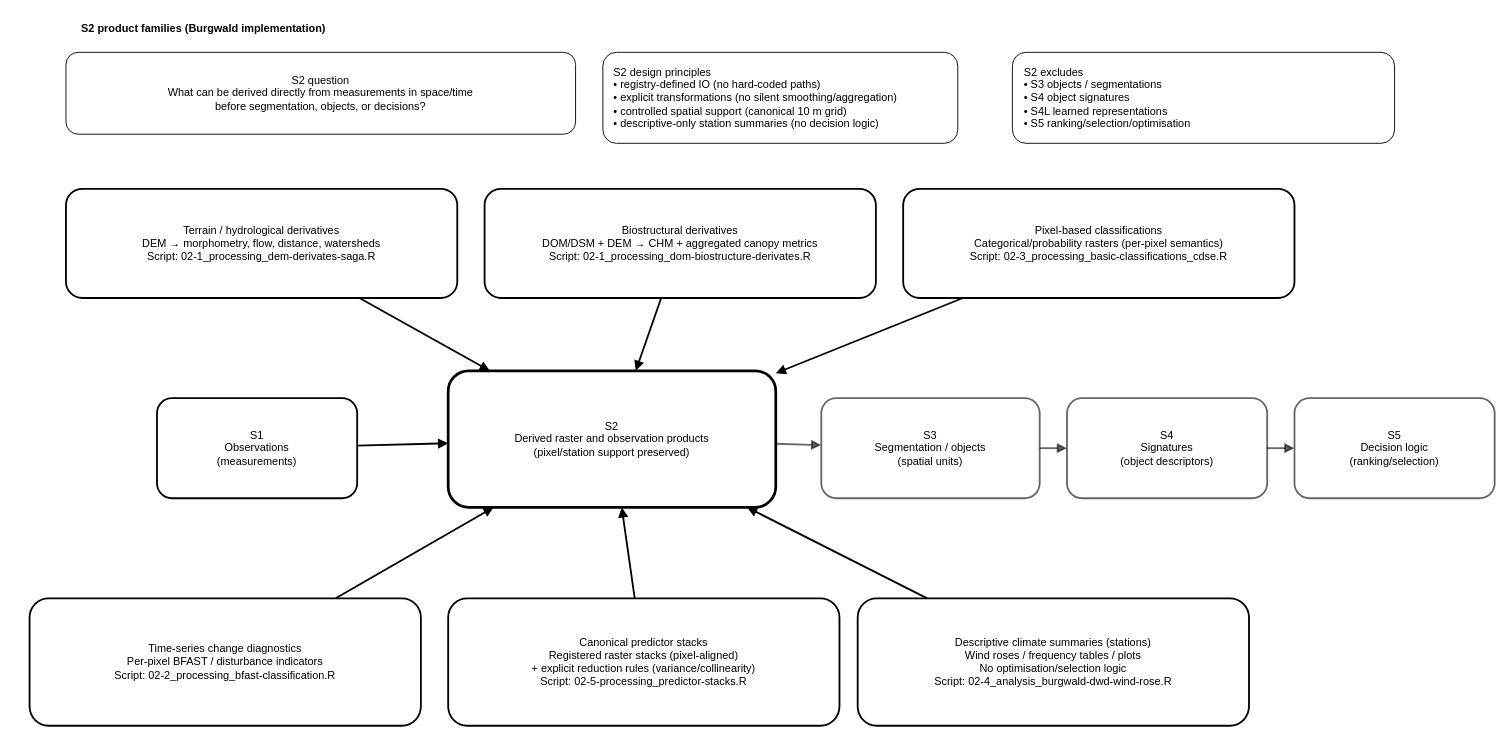
gisma-courses/LV-19-d19-006-25 keeps this draw.io diagram as images/s2.drawio. Above is the earlier version. Source tidied: cells renumbered, new cells numbered last; positions are measured from the earlier drawing's top-left corner, leaving out a move shared by most shapes. Both pictures are drawn from the tidied source at 91%, with x=0, y=0 at pixel (29, 15).
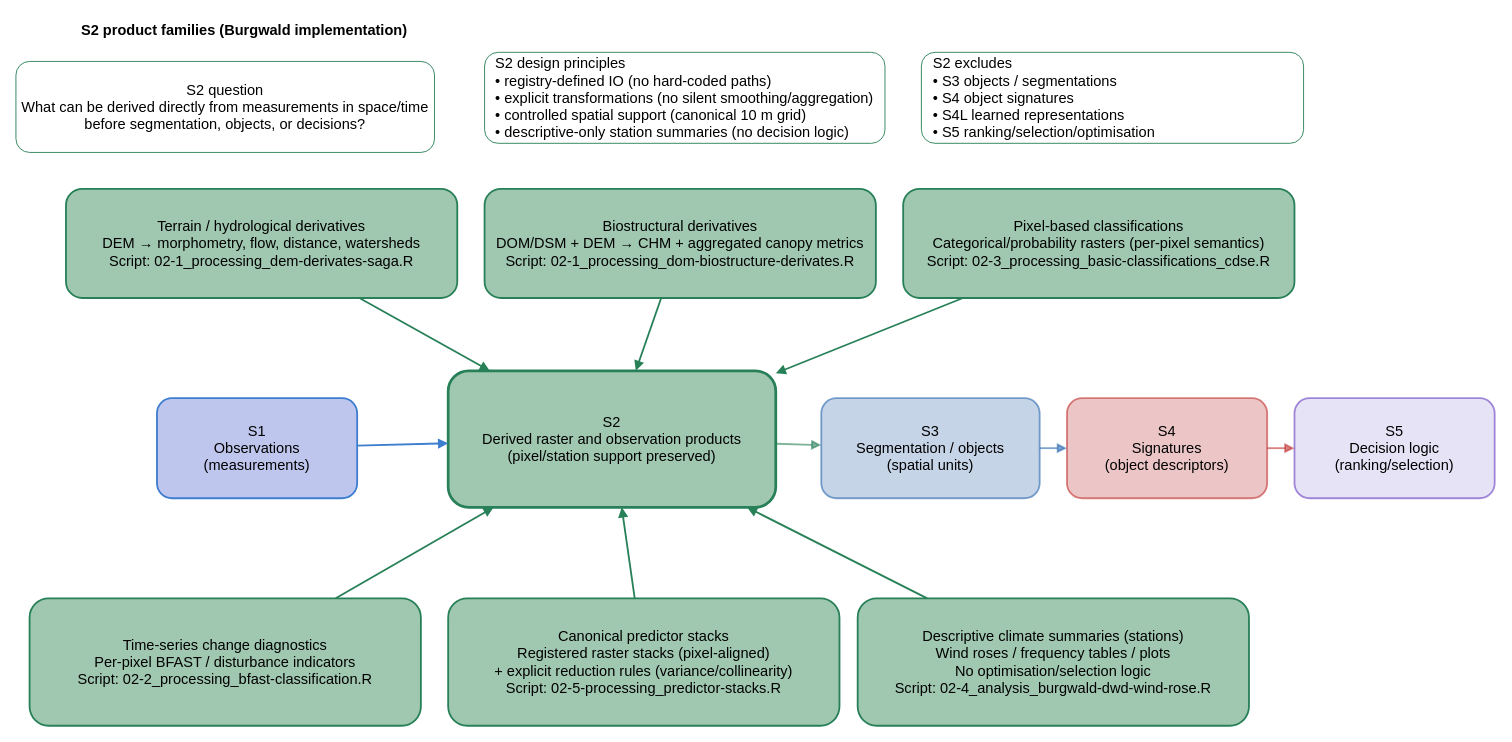
Above is the later version.

What changed in the source:
```diff
@@
-    <mxCell id="2" value="S1&#10;Observations&#10;(measurements)" style="rounded=1;whiteSpace=wrap;html=1;strokeWidth=2;" parent="1" vertex="1">
+    <mxCell id="2" value="S1&#10;Observations&#10;(measurements)" style="rounded=1;whiteSpace=wrap;html=1;strokeWidth=2;fillColor=#BFC6EE;strokeColor=#3D7ECF;fontSize=16;" parent="1" vertex="1">
       <mxGeometry x="140" y="420" width="220" height="110" as="geometry" />
     </mxCell>
-    <mxCell id="3" value="S2&#10;Derived raster and observation products&#10;(pixel/station support preserved)" style="rounded=1;whiteSpace=wrap;html=1;strokeWidth=3;" parent="1" vertex="1">
+    <mxCell id="3" value="S2&#10;Derived raster and observation products&#10;(pixel/station support preserved)" style="rounded=1;whiteSpace=wrap;html=1;strokeWidth=3;fillColor=#A0C8B0;strokeColor=#288058;fontSize=16;" parent="1" vertex="1">
       <mxGeometry x="460" y="390" width="360" height="150" as="geometry" />
     </mxCell>
-    <mxCell id="4" value="S3&#10;Segmentation / objects&#10;(spatial units)" style="rounded=1;whiteSpace=wrap;html=1;strokeWidth=2;opacity=60;" parent="1" vertex="1">
+    <mxCell id="4" value="S3&#10;Segmentation / objects&#10;(spatial units)" style="rounded=1;whiteSpace=wrap;html=1;strokeWidth=2;opacity=60;fillColor=#A0B8D8;strokeColor=#2868B0;fontSize=16;" parent="1" vertex="1">
       <mxGeometry x="870" y="420" width="240" height="110" as="geometry" />
     </mxCell>
-    <mxCell id="5" value="S4&#10;Signatures&#10;(object descriptors)" style="rounded=1;whiteSpace=wrap;html=1;strokeWidth=2;opacity=60;" parent="1" vertex="1">
+    <mxCell id="5" value="S4&#10;Signatures&#10;(object descriptors)" style="rounded=1;whiteSpace=wrap;html=1;strokeWidth=2;opacity=60;fillColor=#E0A0A0;strokeColor=#C03030;fontSize=16;" parent="1" vertex="1">
       <mxGeometry x="1140" y="420" width="220" height="110" as="geometry" />
     </mxCell>
-    <mxCell id="6" value="S5&#10;Decision logic&#10;(ranking/selection)" style="rounded=1;whiteSpace=wrap;html=1;strokeWidth=2;opacity=60;" parent="1" vertex="1">
+    <mxCell id="6" value="S5&#10;Decision logic&#10;(ranking/selection)" style="rounded=1;whiteSpace=wrap;html=1;strokeWidth=2;opacity=60;fillColor=#D8D0F0;strokeColor=#6840C0;fontSize=16;" parent="1" vertex="1">
       <mxGeometry x="1390" y="420" width="220" height="110" as="geometry" />
     </mxCell>
-    <mxCell id="7" style="endArrow=block;html=1;strokeWidth=2;" parent="1" edge="1" source="2" target="3">
+    <mxCell id="7" style="endArrow=block;html=1;strokeWidth=2;strokeColor=#3D7ECF;fontSize=16;" parent="1" edge="1" source="2" target="3">
       <mxGeometry relative="1" as="geometry" />
     </mxCell>
-    <mxCell id="8" style="endArrow=block;html=1;strokeWidth=2;opacity=60;" parent="1" edge="1" source="3" target="4">
+    <mxCell id="8" style="endArrow=block;html=1;strokeWidth=2;opacity=60;strokeColor=#288058;fontSize=16;" parent="1" edge="1" source="3" target="4">
       <mxGeometry relative="1" as="geometry" />
     </mxCell>
-    <mxCell id="9" style="endArrow=block;html=1;strokeWidth=2;opacity=60;" parent="1" edge="1" source="4" target="5">
+    <mxCell id="9" style="endArrow=block;html=1;strokeWidth=2;opacity=60;strokeColor=#2868B0;fontSize=16;" parent="1" edge="1" source="4" target="5">
       <mxGeometry relative="1" as="geometry" />
     </mxCell>
-    <mxCell id="10" style="endArrow=block;html=1;strokeWidth=2;opacity=60;" parent="1" edge="1" source="5" target="6">
+    <mxCell id="10" style="endArrow=block;html=1;strokeWidth=2;opacity=60;strokeColor=#C03030;fontSize=16;" parent="1" edge="1" source="5" target="6">
       <mxGeometry relative="1" as="geometry" />
     </mxCell>
-    <mxCell id="11" value="S2 question&#10;What can be derived directly from measurements in space/time&#10;before segmentation, objects, or decisions?" style="rounded=1;whiteSpace=wrap;html=1;strokeWidth=1;" parent="1" vertex="1">
-      <mxGeometry x="40" y="40" width="560" height="90" as="geometry" />
+    <mxCell id="11" value="S2 question&#10;What can be derived directly from measurements in space/time&#10;before segmentation, objects, or decisions?" style="rounded=1;whiteSpace=wrap;html=1;strokeWidth=1;fillColor=#FFFFFF;strokeColor=#288058;fontSize=16;" parent="1" vertex="1">
+      <mxGeometry x="-15" y="50" width="460" height="100" as="geometry" />
     </mxCell>
-    <mxCell id="12" value="S2 excludes&#10;• S3 objects / segmentations&#10;• S4 object signatures&#10;• S4L learned representations&#10;• S5 ranking/selection/optimisation" style="rounded=1;whiteSpace=wrap;html=1;strokeWidth=1;align=left;spacingLeft=11;" parent="1" vertex="1">
-      <mxGeometry x="1080" y="40" width="420" height="100" as="geometry" />
+    <mxCell id="12" value="S2 excludes&#10;• S3 objects / segmentations&#10;• S4 object signatures&#10;• S4L learned representations&#10;• S5 ranking/selection/optimisation" style="rounded=1;whiteSpace=wrap;html=1;strokeWidth=1;align=left;spacingLeft=11;fillColor=#FFFFFF;strokeColor=#288058;fontSize=16;" parent="1" vertex="1">
+      <mxGeometry x="980" y="40" width="420" height="100" as="geometry" />
     </mxCell>
-    <mxCell id="13" value="S2 design principles&#10;• registry-defined IO (no hard-coded paths)&#10;• explicit transformations (no silent smoothing/aggregation)&#10;• controlled spatial support (canonical 10 m grid)&#10;• descriptive-only station summaries (no decision logic)" style="rounded=1;whiteSpace=wrap;html=1;strokeWidth=1;align=left;spacingLeft=10;" parent="1" vertex="1">
-      <mxGeometry x="630" y="40" width="390" height="100" as="geometry" />
+    <mxCell id="13" value="S2 design principles&#10;• registry-defined IO (no hard-coded paths)&#10;• explicit transformations (no silent smoothing/aggregation)&#10;• controlled spatial support (canonical 10 m grid)&#10;• descriptive-only station summaries (no decision logic)" style="rounded=1;whiteSpace=wrap;html=1;strokeWidth=1;align=left;spacingLeft=10;fillColor=#FFFFFF;strokeColor=#288058;fontSize=16;" parent="1" vertex="1">
+      <mxGeometry x="500" y="40" width="440" height="100" as="geometry" />
     </mxCell>
-    <mxCell id="14" value="S2 product families (Burgwald implementation)" style="text;html=1;fontStyle=1;" parent="1" vertex="1">
+    <mxCell id="14" value="S2 product families (Burgwald implementation)" style="text;html=1;fontStyle=1;fontSize=16;" parent="1" vertex="1">
       <mxGeometry x="55" width="600" height="30" as="geometry" />
     </mxCell>
-    <mxCell id="15" value="Terrain / hydrological derivatives&#10;DEM → morphometry, flow, distance, watersheds&#10;Script: 02-1_processing_dem-derivates-saga.R" style="rounded=1;whiteSpace=wrap;html=1;strokeWidth=2;" parent="1" vertex="1">
+    <mxCell id="15" value="Terrain / hydrological derivatives&#10;DEM → morphometry, flow, distance, watersheds&#10;Script: 02-1_processing_dem-derivates-saga.R" style="rounded=1;whiteSpace=wrap;html=1;strokeWidth=2;fillColor=#A0C8B0;strokeColor=#288058;fontSize=16;" parent="1" vertex="1">
       <mxGeometry x="40" y="190" width="430" height="120" as="geometry" />
     </mxCell>
-    <mxCell id="16" value="Biostructural derivatives&#10;DOM/DSM + DEM → CHM + aggregated canopy metrics&#10;Script: 02-1_processing_dom-biostructure-derivates.R" style="rounded=1;whiteSpace=wrap;html=1;strokeWidth=2;" parent="1" vertex="1">
+    <mxCell id="16" value="Biostructural derivatives&#10;DOM/DSM + DEM → CHM + aggregated canopy metrics&#10;Script: 02-1_processing_dom-biostructure-derivates.R" style="rounded=1;whiteSpace=wrap;html=1;strokeWidth=2;fillColor=#A0C8B0;strokeColor=#288058;fontSize=16;" parent="1" vertex="1">
       <mxGeometry x="500" y="190" width="430" height="120" as="geometry" />
     </mxCell>
-    <mxCell id="17" value="Pixel-based classifications&#10;Categorical/probability rasters (per-pixel semantics)&#10;Script: 02-3_processing_basic-classifications_cdse.R" style="rounded=1;whiteSpace=wrap;html=1;strokeWidth=2;" parent="1" vertex="1">
+    <mxCell id="17" value="Pixel-based classifications&#10;Categorical/probability rasters (per-pixel semantics)&#10;Script: 02-3_processing_basic-classifications_cdse.R" style="rounded=1;whiteSpace=wrap;html=1;strokeWidth=2;fillColor=#A0C8B0;strokeColor=#288058;fontSize=16;" parent="1" vertex="1">
       <mxGeometry x="960" y="190" width="430" height="120" as="geometry" />
     </mxCell>
-    <mxCell id="18" value="Time-series change diagnostics&#10;Per-pixel BFAST / disturbance indicators&#10;Script: 02-2_processing_bfast-classification.R" style="rounded=1;whiteSpace=wrap;html=1;strokeWidth=2;" parent="1" vertex="1">
+    <mxCell id="18" value="Time-series change diagnostics&#10;Per-pixel BFAST / disturbance indicators&#10;Script: 02-2_processing_bfast-classification.R" style="rounded=1;whiteSpace=wrap;html=1;strokeWidth=2;fillColor=#A0C8B0;strokeColor=#288058;fontSize=16;" parent="1" vertex="1">
       <mxGeometry y="640" width="430" height="140" as="geometry" />
     </mxCell>
-    <mxCell id="19" value="Canonical predictor stacks&#10;Registered raster stacks (pixel-aligned)&#10;+ explicit reduction rules (variance/collinearity)&#10;Script: 02-5-processing_predictor-stacks.R" style="rounded=1;whiteSpace=wrap;html=1;strokeWidth=2;" parent="1" vertex="1">
+    <mxCell id="19" value="Canonical predictor stacks&#10;Registered raster stacks (pixel-aligned)&#10;+ explicit reduction rules (variance/collinearity)&#10;Script: 02-5-processing_predictor-stacks.R" style="rounded=1;whiteSpace=wrap;html=1;strokeWidth=2;fillColor=#A0C8B0;strokeColor=#288058;fontSize=16;" parent="1" vertex="1">
       <mxGeometry x="460" y="640" width="430" height="140" as="geometry" />
     </mxCell>
-    <mxCell id="20" value="Descriptive climate summaries (stations)&#10;Wind roses / frequency tables / plots&#10;No optimisation/selection logic&#10;Script: 02-4_analysis_burgwald-dwd-wind-rose.R" style="rounded=1;whiteSpace=wrap;html=1;strokeWidth=2;" parent="1" vertex="1">
+    <mxCell id="20" value="Descriptive climate summaries (stations)&#10;Wind roses / frequency tables / plots&#10;No optimisation/selection logic&#10;Script: 02-4_analysis_burgwald-dwd-wind-rose.R" style="rounded=1;whiteSpace=wrap;html=1;strokeWidth=2;fillColor=#A0C8B0;strokeColor=#288058;fontSize=16;" parent="1" vertex="1">
       <mxGeometry x="910" y="640" width="430" height="140" as="geometry" />
     </mxCell>
-    <mxCell id="21" style="endArrow=block;html=1;strokeWidth=2;" parent="1" edge="1" source="15" target="3">
+    <mxCell id="21" style="endArrow=block;html=1;strokeWidth=2;strokeColor=#288058;fontSize=16;" parent="1" edge="1" source="15" target="3">
       <mxGeometry relative="1" as="geometry" />
     </mxCell>
-    <mxCell id="22" style="endArrow=block;html=1;strokeWidth=2;" parent="1" edge="1" source="16" target="3">
+    <mxCell id="22" style="endArrow=block;html=1;strokeWidth=2;strokeColor=#288058;fontSize=16;" parent="1" edge="1" source="16" target="3">
       <mxGeometry relative="1" as="geometry" />
     </mxCell>
-    <mxCell id="23" style="endArrow=block;html=1;strokeWidth=2;" parent="1" edge="1" source="17" target="3">
+    <mxCell id="23" style="endArrow=block;html=1;strokeWidth=2;strokeColor=#288058;fontSize=16;" parent="1" edge="1" source="17" target="3">
       <mxGeometry relative="1" as="geometry" />
     </mxCell>
-    <mxCell id="24" style="endArrow=block;html=1;strokeWidth=2;" parent="1" edge="1" source="18" target="3">
+    <mxCell id="24" style="endArrow=block;html=1;strokeWidth=2;strokeColor=#288058;fontSize=16;" parent="1" edge="1" source="18" target="3">
       <mxGeometry relative="1" as="geometry" />
     </mxCell>
-    <mxCell id="25" style="endArrow=block;html=1;strokeWidth=2;" parent="1" edge="1" source="19" target="3">
+    <mxCell id="25" style="endArrow=block;html=1;strokeWidth=2;strokeColor=#288058;fontSize=16;" parent="1" edge="1" source="19" target="3">
       <mxGeometry relative="1" as="geometry" />
     </mxCell>
-    <mxCell id="26" style="endArrow=block;html=1;strokeWidth=2;" parent="1" edge="1" source="20" target="3">
+    <mxCell id="26" style="endArrow=block;html=1;strokeWidth=2;strokeColor=#288058;fontSize=16;" parent="1" edge="1" source="20" target="3">
       <mxGeometry relative="1" as="geometry" />
     </mxCell>
```
